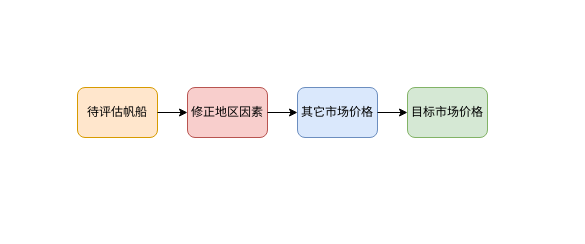
Earlier version of the draw.io diagram 99_resources/业务.drawio (dataml-cn/playground). Source tidied: cells renumbered, new cells numbered last; positions are measured from the earlier drawing's top-left corner, leaving out a move shared by most shapes. Both pictures are drawn from the tidied source at 100%, with x=0, y=0 at pixel (77, 87).
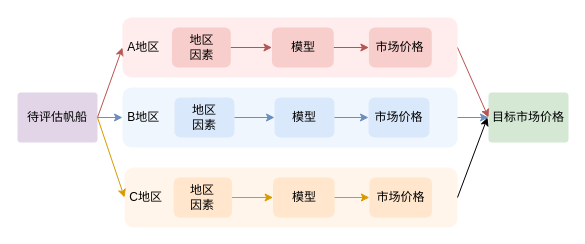
Above is the later version.

What changed in the source:
```diff
@@
+    <mxCell id="9" value="&amp;nbsp;B地区" style="rounded=1;whiteSpace=wrap;html=1;fillColor=#dae8fc;align=left;strokeColor=none;opacity=40;" parent="1" vertex="1">
+      <mxGeometry x="45" width="335" height="60" as="geometry" />
+    </mxCell>
-    <mxCell id="2" value="待评估帆船" style="rounded=1;whiteSpace=wrap;html=1;fillColor=#ffe6cc;strokeColor=#d79b00;" parent="1" vertex="1">
-      <mxGeometry width="80" height="50" as="geometry" />
+    <mxCell id="2" value="待评估帆船" style="rounded=1;whiteSpace=wrap;html=1;fillColor=#e1d5e7;strokeColor=none;arcSize=7;" parent="1" vertex="1">
+      <mxGeometry x="-60" y="5" width="80" height="50" as="geometry" />
     </mxCell>
+    <mxCell id="5" value="目标市场价格" style="rounded=1;whiteSpace=wrap;html=1;fillColor=#d5e8d4;strokeColor=none;arcSize=7;" parent="1" vertex="1">
+      <mxGeometry x="411" y="5" width="80" height="50" as="geometry" />
+    </mxCell>
+    <mxCell id="6" style="endArrow=classic;html=1;rounded=0;exitX=1;exitY=0.5;exitDx=0;exitDy=0;entryX=0;entryY=0.5;entryDx=0;entryDy=0;fillColor=#f8cecc;strokeColor=#b85450;" parent="1" edge="1" source="2" target="18">
+      <mxGeometry relative="1" as="geometry" />
+    </mxCell>
+    <mxCell id="8" style="endArrow=classic;html=1;rounded=0;exitX=1;exitY=0.5;exitDx=0;exitDy=0;entryX=0;entryY=0.5;entryDx=0;entryDy=0;fillColor=#f8cecc;strokeColor=#b85450;" parent="1" edge="1" source="18" target="5">
+      <mxGeometry relative="1" as="geometry" />
+    </mxCell>
+    <mxCell id="10" value="市场价格" style="rounded=1;whiteSpace=wrap;html=1;fillColor=#dae8fc;strokeColor=none;" parent="1" vertex="1">
+      <mxGeometry x="291" y="10" width="61" height="40" as="geometry" />
+    </mxCell>
+    <mxCell id="11" value="地区&lt;br&gt;因素" style="rounded=1;whiteSpace=wrap;html=1;fillColor=#dae8fc;strokeColor=none;" parent="1" vertex="1">
+      <mxGeometry x="97" y="10" width="60" height="40" as="geometry" />
+    </mxCell>
+    <mxCell id="12" value="模型" style="rounded=1;whiteSpace=wrap;html=1;fillColor=#dae8fc;strokeColor=none;" parent="1" vertex="1">
+      <mxGeometry x="197" y="10" width="60" height="40" as="geometry" />
+    </mxCell>
+    <mxCell id="13" style="endArrow=classic;html=1;rounded=0;fillColor=#dae8fc;strokeColor=#6c8ebf;exitX=1;exitY=0.5;exitDx=0;exitDy=0;entryX=0;entryY=0.5;entryDx=0;entryDy=0;" parent="1" edge="1" source="2" target="9">
+      <mxGeometry relative="1" as="geometry" />
+    </mxCell>
+    <mxCell id="14" style="endArrow=classic;html=1;rounded=0;exitX=1;exitY=0.5;exitDx=0;exitDy=0;fillColor=#dae8fc;strokeColor=#6c8ebf;" parent="1" edge="1" source="11" target="12">
+      <mxGeometry relative="1" as="geometry" />
+    </mxCell>
+    <mxCell id="15" style="endArrow=classic;html=1;rounded=0;exitX=1;exitY=0.5;exitDx=0;exitDy=0;entryX=0;entryY=0.5;entryDx=0;entryDy=0;fillColor=#dae8fc;strokeColor=#6c8ebf;" parent="1" edge="1" source="12" target="10">
+      <mxGeometry relative="1" as="geometry" />
+    </mxCell>
+    <mxCell id="16" style="endArrow=classic;html=1;rounded=0;entryX=0;entryY=0.5;entryDx=0;entryDy=0;fillColor=#dae8fc;strokeColor=#6c8ebf;exitX=1;exitY=0.5;exitDx=0;exitDy=0;" parent="1" edge="1" source="9" target="5">
+      <mxGeometry relative="1" as="geometry" />
+    </mxCell>
+    <mxCell id="17" style="group;" parent="1" vertex="1">
+      <mxGeometry x="45" y="-70" width="335" height="60" as="geometry" />
+    </mxCell>
+    <mxCell id="18" value="&amp;nbsp;A地区" style="rounded=1;whiteSpace=wrap;html=1;fillColor=#FCD2D0;align=left;strokeColor=none;opacity=40;" parent="17" vertex="1">
+      <mxGeometry width="335" height="60" as="geometry" />
+    </mxCell>
-    <mxCell id="3" value="修正地区因素" style="rounded=1;whiteSpace=wrap;html=1;fillColor=#f8cecc;strokeColor=#b85450;" parent="1" vertex="1">
-      <mxGeometry x="110" width="80" height="50" as="geometry" />
+    <mxCell id="3" value="地区&lt;br&gt;因素" style="rounded=1;whiteSpace=wrap;html=1;fillColor=#f8cecc;strokeColor=none;" parent="17" vertex="1">
+      <mxGeometry x="49.5" y="10" width="58.8" height="40" as="geometry" />
     </mxCell>
-    <mxCell id="4" value="其它市场价格" style="rounded=1;whiteSpace=wrap;html=1;fillColor=#dae8fc;strokeColor=#6c8ebf;" parent="1" vertex="1">
-      <mxGeometry x="220" width="80" height="50" as="geometry" />
+    <mxCell id="4" value="市场价格" style="rounded=1;whiteSpace=wrap;html=1;fillColor=#f8cecc;strokeColor=none;" parent="17" vertex="1">
+      <mxGeometry x="246.4" y="10" width="62.9" height="40" as="geometry" />
     </mxCell>
-    <mxCell id="5" value="目标市场价格" style="rounded=1;whiteSpace=wrap;html=1;fillColor=#d5e8d4;strokeColor=#82b366;" parent="1" vertex="1">
-      <mxGeometry x="330" width="80" height="50" as="geometry" />
-    </mxCell>
-    <mxCell id="6" style="endArrow=classic;html=1;rounded=0;exitX=1;exitY=0.5;exitDx=0;exitDy=0;entryX=0;entryY=0.5;entryDx=0;entryDy=0;" parent="1" edge="1" source="2" target="3">
-      <mxGeometry relative="1" as="geometry" />
-    </mxCell>
-    <mxCell id="7" style="endArrow=classic;html=1;rounded=0;exitX=1;exitY=0.5;exitDx=0;exitDy=0;entryX=0;entryY=0.5;entryDx=0;entryDy=0;" parent="1" edge="1" source="3" target="4">
-      <mxGeometry relative="1" as="geometry" />
-    </mxCell>
-    <mxCell id="8" style="endArrow=classic;html=1;rounded=0;exitX=1;exitY=0.5;exitDx=0;exitDy=0;entryX=0;entryY=0.5;entryDx=0;entryDy=0;" parent="1" edge="1" source="4" target="5">
-      <mxGeometry relative="1" as="geometry" />
-    </mxCell>
+    <mxCell id="19" value="模型" style="rounded=1;whiteSpace=wrap;html=1;fillColor=#f8cecc;strokeColor=none;" parent="17" vertex="1">
+      <mxGeometry x="149.5" y="10" width="61.8" height="40" as="geometry" />
+    </mxCell>
+    <mxCell id="20" style="endArrow=classic;html=1;rounded=0;exitX=1;exitY=0.5;exitDx=0;exitDy=0;strokeColor=#b85450;fillColor=#f8cecc;" parent="17" edge="1" source="3" target="19">
+      <mxGeometry relative="1" as="geometry" />
+    </mxCell>
+    <mxCell id="21" style="endArrow=classic;html=1;rounded=0;exitX=1;exitY=0.5;exitDx=0;exitDy=0;entryX=0;entryY=0.5;entryDx=0;entryDy=0;fillColor=#f8cecc;strokeColor=#b85450;" parent="17" edge="1" source="19" target="4">
+      <mxGeometry relative="1" as="geometry" />
+    </mxCell>
+    <mxCell id="22" style="group;fillColor=#fff2cc;strokeColor=none;opacity=0;" parent="1" vertex="1">
+      <mxGeometry x="47" y="80" width="333" height="60" as="geometry" />
+    </mxCell>
+    <mxCell id="23" value="&amp;nbsp;C地区" style="rounded=1;whiteSpace=wrap;html=1;fillColor=#ffe6cc;align=left;strokeColor=none;opacity=40;" parent="22" vertex="1">
+      <mxGeometry width="333" height="60" as="geometry" />
+    </mxCell>
+    <mxCell id="24" value="地区&lt;br&gt;因素" style="rounded=1;whiteSpace=wrap;html=1;fillColor=#ffe6cc;strokeColor=none;" parent="22" vertex="1">
+      <mxGeometry x="49.2" y="10" width="58.4" height="40" as="geometry" />
+    </mxCell>
+    <mxCell id="25" value="市场价格" style="rounded=1;whiteSpace=wrap;html=1;fillColor=#ffe6cc;strokeColor=none;" parent="22" vertex="1">
+      <mxGeometry x="244.9" y="10" width="62.5" height="40" as="geometry" />
+    </mxCell>
+    <mxCell id="26" value="模型" style="rounded=1;whiteSpace=wrap;html=1;fillColor=#ffe6cc;strokeColor=none;" parent="22" vertex="1">
+      <mxGeometry x="148.6" y="10" width="61.5" height="40" as="geometry" />
+    </mxCell>
+    <mxCell id="27" style="endArrow=classic;html=1;rounded=0;exitX=1;exitY=0.5;exitDx=0;exitDy=0;strokeColor=#d79b00;fillColor=#ffe6cc;" parent="22" edge="1" source="24" target="26">
+      <mxGeometry relative="1" as="geometry" />
+    </mxCell>
+    <mxCell id="28" style="endArrow=classic;html=1;rounded=0;exitX=1;exitY=0.5;exitDx=0;exitDy=0;entryX=0;entryY=0.5;entryDx=0;entryDy=0;fillColor=#ffe6cc;strokeColor=#d79b00;" parent="22" edge="1" source="26" target="25">
+      <mxGeometry relative="1" as="geometry" />
+    </mxCell>
+    <mxCell id="29" style="endArrow=classic;html=1;rounded=0;exitX=1;exitY=0.5;exitDx=0;exitDy=0;entryX=0;entryY=0.5;entryDx=0;entryDy=0;fillColor=#ffe6cc;strokeColor=#d79b00;" parent="1" edge="1" source="2" target="23">
+      <mxGeometry relative="1" as="geometry" />
+    </mxCell>
+    <mxCell id="30" style="endArrow=classic;html=1;rounded=0;exitX=1;exitY=0.5;exitDx=0;exitDy=0;" parent="1" edge="1" source="23">
+      <mxGeometry relative="1" as="geometry">
+        <mxPoint x="410" y="30" as="targetPoint" />
+      </mxGeometry>
+    </mxCell>
```
